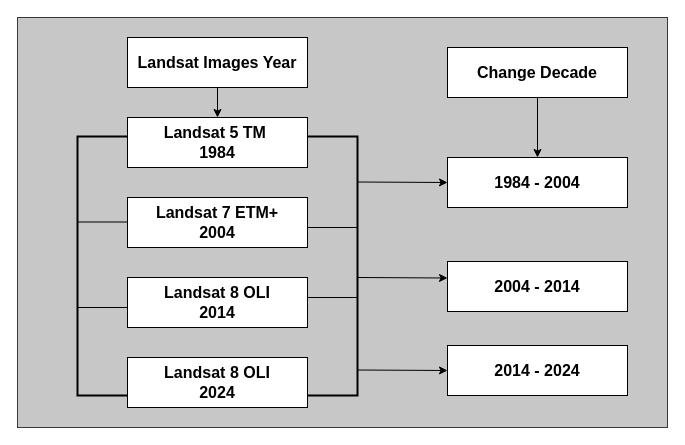
This is landuse.drawio from yemioke/PRISMA2020, a draw.io file, before an edit. Source tidied: cells renumbered, new cells numbered last; positions are measured from the earlier drawing's top-left corner, leaving out a move shared by most shapes. Both pictures are drawn from the tidied source at 100%, with x=0, y=0 at pixel (17, 17).
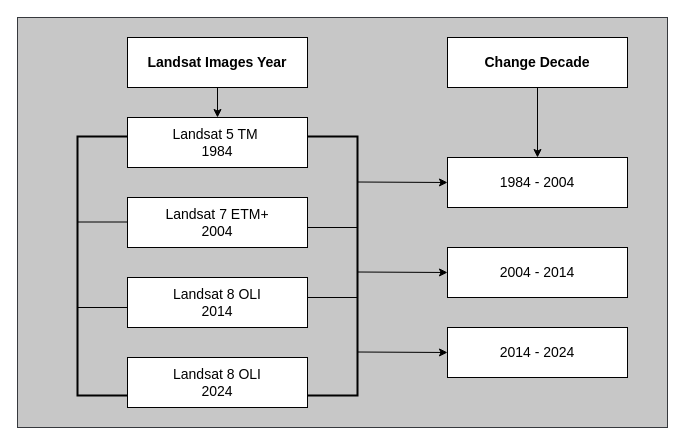
Above is the later version.

Diff of the diagram source:
```diff
@@
-    <mxCell id="4" value="&lt;font style=&quot;font-size: 16px;&quot;&gt;&lt;b&gt;Landsat Images Year&lt;/b&gt;&lt;/font&gt;" style="rounded=0;whiteSpace=wrap;html=1;" parent="1" vertex="1">
+    <mxCell id="4" value="&lt;font style=&quot;font-size: 14px;&quot;&gt;&lt;b style=&quot;&quot;&gt;Landsat Images Year&lt;/b&gt;&lt;/font&gt;" style="rounded=0;whiteSpace=wrap;html=1;" parent="1" vertex="1">
       <mxGeometry x="110" y="20" width="180" height="50" as="geometry" />
     </mxCell>
@@
-    <mxCell id="6" value="&lt;font style=&quot;font-size: 16px;&quot;&gt;&lt;b&gt;Change Decade&lt;/b&gt;&lt;/font&gt;" style="rounded=0;whiteSpace=wrap;html=1;" parent="1" vertex="1">
-      <mxGeometry x="430" y="30" width="180" height="50" as="geometry" />
+    <mxCell id="6" value="&lt;font style=&quot;font-size: 14px;&quot;&gt;&lt;b style=&quot;&quot;&gt;Change Decade&lt;/b&gt;&lt;/font&gt;" style="rounded=0;whiteSpace=wrap;html=1;" parent="1" vertex="1">
+      <mxGeometry x="430" y="20" width="180" height="50" as="geometry" />
     </mxCell>
-    <mxCell id="7" value="&lt;font style=&quot;font-size: 16px;&quot;&gt;&lt;b&gt;Landsat 5 TM&amp;nbsp;&lt;/b&gt;&lt;/font&gt;&lt;div&gt;&lt;span style=&quot;font-size: 16px;&quot;&gt;&lt;b&gt;1984&lt;/b&gt;&lt;/span&gt;&lt;/div&gt;" style="rounded=0;whiteSpace=wrap;html=1;" parent="1" vertex="1">
+    <mxCell id="7" value="&lt;font style=&quot;font-size: 14px;&quot;&gt;Landsat 5 TM&amp;nbsp;&lt;/font&gt;&lt;div&gt;&lt;font style=&quot;font-size: 14px;&quot;&gt;1984&lt;/font&gt;&lt;/div&gt;" style="rounded=0;whiteSpace=wrap;html=1;" parent="1" vertex="1">
       <mxGeometry x="110" y="100" width="180" height="50" as="geometry" />
     </mxCell>
-    <mxCell id="8" value="&lt;font style=&quot;font-size: 16px;&quot;&gt;&lt;b&gt;Landsat 7 ETM+&lt;/b&gt;&lt;/font&gt;&lt;div&gt;&lt;span style=&quot;font-size: 16px;&quot;&gt;&lt;b&gt;2004&lt;/b&gt;&lt;/span&gt;&lt;/div&gt;" style="rounded=0;whiteSpace=wrap;html=1;" parent="1" vertex="1">
+    <mxCell id="8" value="&lt;font style=&quot;font-size: 14px;&quot;&gt;Landsat 7 ETM+&lt;/font&gt;&lt;div&gt;&lt;font style=&quot;font-size: 14px;&quot;&gt;2004&lt;/font&gt;&lt;/div&gt;" style="rounded=0;whiteSpace=wrap;html=1;" parent="1" vertex="1">
       <mxGeometry x="110" y="180" width="180" height="50" as="geometry" />
     </mxCell>
-    <mxCell id="9" value="&lt;font style=&quot;font-size: 16px;&quot;&gt;&lt;b&gt;Landsat 8 OLI&lt;/b&gt;&lt;/font&gt;&lt;div&gt;&lt;span style=&quot;font-size: 16px;&quot;&gt;&lt;b&gt;2014&lt;/b&gt;&lt;/span&gt;&lt;/div&gt;" style="rounded=0;whiteSpace=wrap;html=1;" parent="1" vertex="1">
+    <mxCell id="9" value="&lt;font style=&quot;font-size: 14px;&quot;&gt;Landsat 8 OLI&lt;/font&gt;&lt;div&gt;&lt;font style=&quot;font-size: 14px;&quot;&gt;2014&lt;/font&gt;&lt;/div&gt;" style="rounded=0;whiteSpace=wrap;html=1;" parent="1" vertex="1">
       <mxGeometry x="110" y="260" width="180" height="50" as="geometry" />
     </mxCell>
-    <mxCell id="10" value="&lt;font style=&quot;font-size: 16px;&quot;&gt;&lt;b&gt;Landsat 8 OLI&lt;/b&gt;&lt;/font&gt;&lt;div&gt;&lt;span style=&quot;font-size: 16px;&quot;&gt;&lt;b&gt;2024&lt;/b&gt;&lt;/span&gt;&lt;/div&gt;" style="rounded=0;whiteSpace=wrap;html=1;" parent="1" vertex="1">
+    <mxCell id="10" value="&lt;font style=&quot;font-size: 14px;&quot;&gt;Landsat 8 OLI&lt;/font&gt;&lt;div&gt;&lt;font style=&quot;font-size: 14px;&quot;&gt;2024&lt;/font&gt;&lt;/div&gt;" style="rounded=0;whiteSpace=wrap;html=1;" parent="1" vertex="1">
       <mxGeometry x="110" y="340" width="180" height="50" as="geometry" />
     </mxCell>
-    <mxCell id="11" value="&lt;font style=&quot;font-size: 16px;&quot;&gt;&lt;b&gt;1984 - 2004&lt;/b&gt;&lt;/font&gt;" style="rounded=0;whiteSpace=wrap;html=1;" parent="1" vertex="1">
+    <mxCell id="11" value="&lt;font style=&quot;font-size: 14px;&quot;&gt;1984 - 2004&lt;/font&gt;" style="rounded=0;whiteSpace=wrap;html=1;" parent="1" vertex="1">
       <mxGeometry x="430" y="140" width="180" height="50" as="geometry" />
     </mxCell>
-    <mxCell id="12" value="&lt;span style=&quot;font-size: 16px;&quot;&gt;&lt;b&gt;2004 - 2014&lt;/b&gt;&lt;/span&gt;" style="rounded=0;whiteSpace=wrap;html=1;" parent="1" vertex="1">
-      <mxGeometry x="430" y="244" width="180" height="50" as="geometry" />
+    <mxCell id="12" value="&lt;font style=&quot;font-size: 14px;&quot;&gt;2004 - 2014&lt;/font&gt;" style="rounded=0;whiteSpace=wrap;html=1;" parent="1" vertex="1">
+      <mxGeometry x="430" y="230" width="180" height="50" as="geometry" />
     </mxCell>
@@
     <mxCell id="20" style="endArrow=classic;html=1;rounded=0;entryX=0;entryY=0.5;entryDx=0;entryDy=0;" parent="1" edge="1">
       <mxGeometry relative="1" as="geometry">
-        <mxPoint x="340" y="260" as="sourcePoint" />
-        <mxPoint x="430" y="260.5" as="targetPoint" />
+        <mxPoint x="340" y="254.5" as="sourcePoint" />
+        <mxPoint x="430" y="255" as="targetPoint" />
       </mxGeometry>
     </mxCell>
-    <mxCell id="21" value="&lt;span style=&quot;font-size: 16px;&quot;&gt;&lt;b&gt;2014 - 2024&lt;/b&gt;&lt;/span&gt;" style="rounded=0;whiteSpace=wrap;html=1;" parent="1" vertex="1">
-      <mxGeometry x="430" y="328" width="180" height="50" as="geometry" />
+    <mxCell id="21" value="&lt;font style=&quot;font-size: 14px;&quot;&gt;2014 - 2024&lt;/font&gt;" style="rounded=0;whiteSpace=wrap;html=1;" parent="1" vertex="1">
+      <mxGeometry x="430" y="310" width="180" height="50" as="geometry" />
     </mxCell>
     <mxCell id="22" style="endArrow=classic;html=1;rounded=0;entryX=0;entryY=0.5;entryDx=0;entryDy=0;" parent="1" edge="1">
       <mxGeometry relative="1" as="geometry">
-        <mxPoint x="340" y="352.5" as="sourcePoint" />
-        <mxPoint x="430" y="353" as="targetPoint" />
+        <mxPoint x="340" y="334.5" as="sourcePoint" />
+        <mxPoint x="430" y="335" as="targetPoint" />
       </mxGeometry>
     </mxCell>
```
